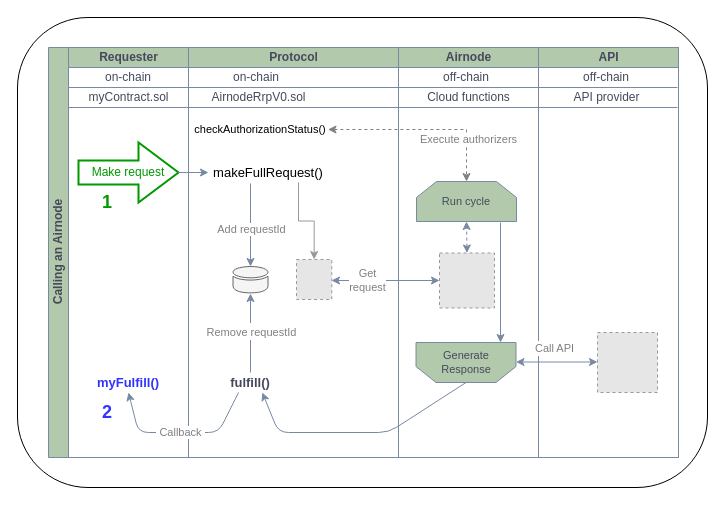
api3dao/vitepress-docs keeps this draw.io diagram as docs/reference/airnode/latest/assets/diagrams/call-an-airnode.drawio. Above is the earlier version. Source tidied: cells renumbered, new cells numbered last; positions are measured from the earlier drawing's top-left corner, leaving out a move shared by most shapes. Both pictures are drawn from the tidied source at 100%, with x=0, y=0 at pixel (17, 17). Pictures stored in the file or linked from it are replaced by grey dashed boxes.
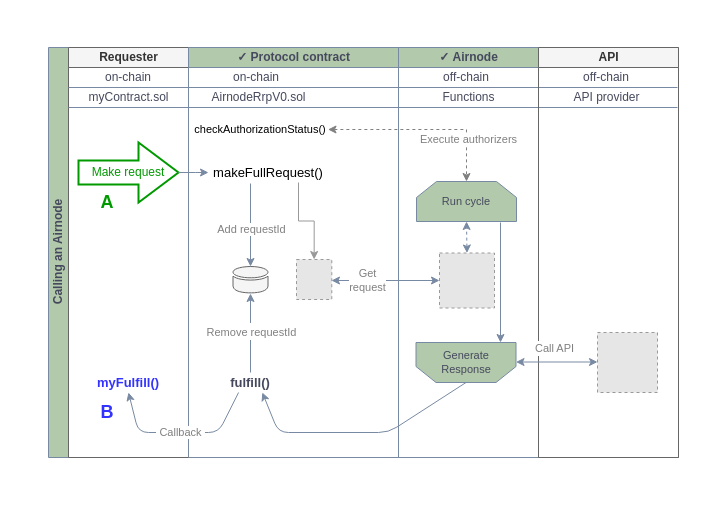
After the change.

Unchanged cells that the change refers to:
```xml
<mxCell id="3" value="Calling an Airnode" style="swimlane;html=1;startSize=20;horizontal=0;rounded=0;sketch=0;fontColor=#46495D;strokeColor=#788AA3;fillColor=#B2C9AB;" parent="1" vertex="1">
  <mxGeometry x="31" y="30" width="630" height="410" as="geometry" />
</mxCell>
```

The edit, as a diff of the source:
```diff
@@
-    <mxCell id="2" style="rounded=1;whiteSpace=wrap;html=1;labelBackgroundColor=default;" parent="1" vertex="1">
-      <mxGeometry width="690" height="470" as="geometry" />
-    </mxCell>
@@
-    <mxCell id="4" value="Requester" style="swimlane;html=1;startSize=20;fillColor=#B2C9AB;strokeColor=#788AA3;fontColor=#46495D;" parent="3" vertex="1">
+    <mxCell id="4" value="Requester" style="swimlane;html=1;startSize=20;fillColor=#f5f5f5;strokeColor=#666666;fontColor=#333333;" parent="3" vertex="1">
       <mxGeometry x="20" width="120" height="410" as="geometry" />
     </mxCell>
@@
-    <mxCell id="11" value="&lt;font style=&quot;font-size: 18px&quot;&gt;&lt;b&gt;1&lt;/b&gt;&lt;/font&gt;" style="text;html=1;strokeColor=none;fillColor=none;align=center;verticalAlign=middle;whiteSpace=wrap;rounded=0;sketch=0;fontSize=14;fontColor=#009900;" parent="4" vertex="1">
+    <mxCell id="11" value="&lt;font style=&quot;font-size: 18px&quot;&gt;&lt;b&gt;A&lt;/b&gt;&lt;/font&gt;" style="text;html=1;strokeColor=none;fillColor=none;align=center;verticalAlign=middle;whiteSpace=wrap;rounded=0;sketch=0;fontSize=14;fontColor=#009900;" parent="4" vertex="1">
       <mxGeometry x="19" y="145" width="40" height="20" as="geometry" />
     </mxCell>
-    <mxCell id="12" value="&lt;font style=&quot;font-size: 18px&quot; color=&quot;#3333ff&quot;&gt;&lt;b&gt;2&lt;/b&gt;&lt;/font&gt;" style="text;html=1;strokeColor=none;fillColor=none;align=center;verticalAlign=middle;whiteSpace=wrap;rounded=0;sketch=0;fontSize=14;fontColor=#009900;" parent="4" vertex="1">
+    <mxCell id="12" value="&lt;font style=&quot;font-size: 18px&quot; color=&quot;#3333ff&quot;&gt;&lt;b&gt;B&lt;/b&gt;&lt;/font&gt;" style="text;html=1;strokeColor=none;fillColor=none;align=center;verticalAlign=middle;whiteSpace=wrap;rounded=0;sketch=0;fontSize=14;fontColor=#009900;" parent="4" vertex="1">
       <mxGeometry x="19" y="355" width="40" height="20" as="geometry" />
     </mxCell>
@@
-    <mxCell id="14" value="Protocol" style="swimlane;html=1;startSize=20;fillColor=#B2C9AB;strokeColor=#788AA3;fontColor=#46495D;" parent="3" vertex="1">
+    <mxCell id="14" value="✓ Protocol contract" style="swimlane;html=1;startSize=20;fillColor=#B2C9AB;strokeColor=#788AA3;fontColor=#46495D;" parent="3" vertex="1">
       <mxGeometry x="140" width="210" height="410" as="geometry" />
     </mxCell>
@@
-    <mxCell id="28" value="Airnode" style="swimlane;html=1;startSize=20;fillColor=#B2C9AB;strokeColor=#788AA3;fontColor=#46495D;" parent="3" vertex="1">
+    <mxCell id="28" value="✓&amp;nbsp;Airnode" style="swimlane;html=1;startSize=20;fillColor=#B2C9AB;strokeColor=#788AA3;fontColor=#46495D;" parent="3" vertex="1">
       <mxGeometry x="350" width="140" height="410" as="geometry" />
     </mxCell>
@@
-    <mxCell id="30" value="Cloud functions" style="text;html=1;align=center;verticalAlign=middle;strokeColor=none;fontSize=12;fontColor=#46495D;" parent="28" vertex="1">
-      <mxGeometry x="20" y="40" width="100" height="20" as="geometry" />
+    <mxCell id="30" value="Functions" style="text;html=1;align=center;verticalAlign=middle;strokeColor=none;fontSize=12;fontColor=#46495D;" parent="28" vertex="1">
+      <mxGeometry x="30" y="35" width="80" height="30" as="geometry" />
     </mxCell>
@@
-    <mxCell id="36" value="API" style="swimlane;html=1;startSize=20;fillColor=#B2C9AB;strokeColor=#788AA3;fontColor=#46495D;" parent="3" vertex="1">
+    <mxCell id="36" value="API" style="swimlane;html=1;startSize=20;fillColor=#f5f5f5;strokeColor=#666666;fontColor=#333333;" parent="3" vertex="1">
       <mxGeometry x="490" width="140" height="410" as="geometry" />
     </mxCell>
```
